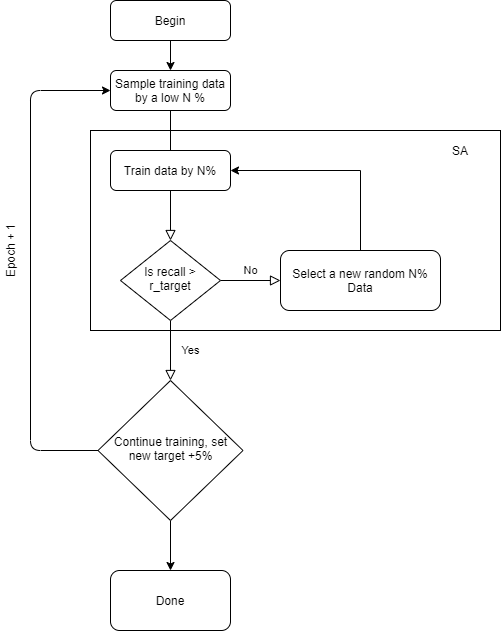
Before: workflow.png, a diagram exported from draw.io (jpulidojr/3DCE_new). Source tidied: cells renumbered, new cells last; positions are measured from the earlier drawing's top-left corner, leaving out a move shared by most shapes. The source it was exported from:
```xml
<mxGraphModel>
  <root>
    <mxCell id="0" />
    <mxCell id="1" parent="0" />
    <mxCell id="2" style="rounded=0;whiteSpace=wrap;html=1;" parent="1" vertex="1">
      <mxGeometry x="110" y="130" width="410" height="200" as="geometry" />
    </mxCell>
    <mxCell id="3" style="rounded=0;html=1;jettySize=auto;fontSize=11;endArrow=block;endFill=0;endSize=8;strokeWidth=1;shadow=0;labelBackgroundColor=none;edgeStyle=orthogonalEdgeStyle;" parent="1" edge="1" source="4" target="7">
      <mxGeometry relative="1" as="geometry" />
    </mxCell>
    <mxCell id="4" value="Sample training data by a low N %" style="rounded=1;whiteSpace=wrap;html=1;fontSize=12;glass=0;strokeWidth=1;shadow=0;" parent="1" vertex="1">
      <mxGeometry x="130" y="70" width="120" height="40" as="geometry" />
    </mxCell>
    <mxCell id="5" value="Yes" style="rounded=0;html=1;jettySize=auto;fontSize=11;endArrow=block;endFill=0;endSize=8;strokeWidth=1;shadow=0;labelBackgroundColor=none;edgeStyle=orthogonalEdgeStyle;" parent="1" edge="1" source="7" target="11">
      <mxGeometry y="20" relative="1" as="geometry" />
    </mxCell>
    <mxCell id="6" value="No" style="edgeStyle=orthogonalEdgeStyle;rounded=0;html=1;jettySize=auto;fontSize=11;endArrow=block;endFill=0;endSize=8;strokeWidth=1;shadow=0;labelBackgroundColor=none;" parent="1" edge="1" source="7" target="9">
      <mxGeometry y="10" relative="1" as="geometry" />
    </mxCell>
    <mxCell id="7" value="Is recall &amp;gt; r_target" style="rhombus;whiteSpace=wrap;html=1;shadow=0;fontFamily=Helvetica;fontSize=12;align=center;strokeWidth=1;spacing=6;spacingTop=-4;" parent="1" vertex="1">
      <mxGeometry x="140" y="240" width="100" height="80" as="geometry" />
    </mxCell>
    <mxCell id="8" style="edgeStyle=orthogonalEdgeStyle;rounded=0;jettySize=auto;html=1;entryX=1;entryY=0.5;entryDx=0;entryDy=0;" parent="1" edge="1" source="9" target="14">
      <mxGeometry relative="1" as="geometry">
        <Array as="points">
          <mxPoint x="380" y="170" />
        </Array>
      </mxGeometry>
    </mxCell>
    <mxCell id="9" value="Select a new random N% Data" style="rounded=1;whiteSpace=wrap;html=1;fontSize=12;glass=0;strokeWidth=1;shadow=0;" parent="1" vertex="1">
      <mxGeometry x="300" y="250" width="160" height="60" as="geometry" />
    </mxCell>
    <mxCell id="10" style="edgeStyle=orthogonalEdgeStyle;rounded=0;jettySize=auto;html=1;" parent="1" edge="1" source="11" target="17">
      <mxGeometry relative="1" as="geometry" />
    </mxCell>
    <mxCell id="11" value="Continue training, set new target +5%" style="rhombus;whiteSpace=wrap;html=1;shadow=0;fontFamily=Helvetica;fontSize=12;align=center;strokeWidth=1;spacing=6;spacingTop=-4;" parent="1" vertex="1">
      <mxGeometry x="117.5" y="380" width="145" height="140" as="geometry" />
    </mxCell>
    <mxCell id="12" style="edgeStyle=orthogonalEdgeStyle;rounded=0;jettySize=auto;html=1;exitX=0.5;exitY=1;exitDx=0;exitDy=0;entryX=0.5;entryY=0;entryDx=0;entryDy=0;" parent="1" edge="1" source="13" target="4">
      <mxGeometry relative="1" as="geometry" />
    </mxCell>
    <mxCell id="13" value="Begin" style="rounded=1;whiteSpace=wrap;html=1;" parent="1" vertex="1">
      <mxGeometry x="130" width="120" height="40" as="geometry" />
    </mxCell>
    <mxCell id="14" value="Train data by N%" style="rounded=1;whiteSpace=wrap;html=1;fontSize=12;glass=0;strokeWidth=1;shadow=0;" parent="1" vertex="1">
      <mxGeometry x="130" y="150" width="120" height="40" as="geometry" />
    </mxCell>
    <mxCell id="15" value="SA" style="text;html=1;strokeColor=none;fillColor=none;align=center;verticalAlign=middle;whiteSpace=wrap;rounded=0;" parent="1" vertex="1">
      <mxGeometry x="460" y="140" width="40" height="20" as="geometry" />
    </mxCell>
    <mxCell id="16" style="endArrow=classic;html=1;exitX=0;exitY=0.5;exitDx=0;exitDy=0;entryX=0;entryY=0.5;entryDx=0;entryDy=0;" parent="1" edge="1" source="11" target="4">
      <mxGeometry relative="1" as="geometry">
        <Array as="points">
          <mxPoint x="50" y="450" />
          <mxPoint x="50" y="90" />
        </Array>
      </mxGeometry>
    </mxCell>
    <mxCell id="17" value="Done" style="rounded=1;whiteSpace=wrap;html=1;" parent="1" vertex="1">
      <mxGeometry x="130" y="570" width="120" height="60" as="geometry" />
    </mxCell>
    <mxCell id="18" value="Epoch + 1" style="text;html=1;strokeColor=none;fillColor=none;align=center;verticalAlign=middle;whiteSpace=wrap;rounded=0;rotation=-90;" parent="1" vertex="1">
      <mxGeometry y="240" width="60" height="20" as="geometry" />
    </mxCell>
  </root>
</mxGraphModel>
```
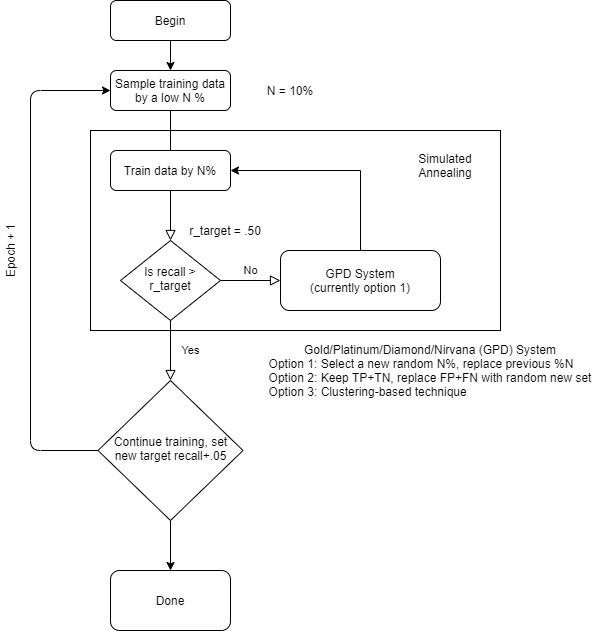
After the commit.

The edit, as a diff of the source:
```diff
@@ -27,13 +27,13 @@
         </Array>
       </mxGeometry>
     </mxCell>
-    <mxCell id="9" value="Select a new random N% Data" style="rounded=1;whiteSpace=wrap;html=1;fontSize=12;glass=0;strokeWidth=1;shadow=0;" parent="1" vertex="1">
+    <mxCell id="9" value="GPD System&lt;br&gt;(currently option 1)" style="rounded=1;whiteSpace=wrap;html=1;fontSize=12;glass=0;strokeWidth=1;shadow=0;" parent="1" vertex="1">
       <mxGeometry x="300" y="250" width="160" height="60" as="geometry" />
     </mxCell>
     <mxCell id="10" style="edgeStyle=orthogonalEdgeStyle;rounded=0;jettySize=auto;html=1;" parent="1" edge="1" source="11" target="17">
       <mxGeometry relative="1" as="geometry" />
     </mxCell>
-    <mxCell id="11" value="Continue training, set new target +5%" style="rhombus;whiteSpace=wrap;html=1;shadow=0;fontFamily=Helvetica;fontSize=12;align=center;strokeWidth=1;spacing=6;spacingTop=-4;" parent="1" vertex="1">
+    <mxCell id="11" value="Continue training, set new target recall+.05" style="rhombus;whiteSpace=wrap;html=1;shadow=0;fontFamily=Helvetica;fontSize=12;align=center;strokeWidth=1;spacing=6;spacingTop=-4;" parent="1" vertex="1">
       <mxGeometry x="117.5" y="380" width="145" height="140" as="geometry" />
     </mxCell>
     <mxCell id="12" style="edgeStyle=orthogonalEdgeStyle;rounded=0;jettySize=auto;html=1;exitX=0.5;exitY=1;exitDx=0;exitDy=0;entryX=0.5;entryY=0;entryDx=0;entryDy=0;" parent="1" edge="1" source="13" target="4">
@@ -45,8 +45,8 @@
     <mxCell id="14" value="Train data by N%" style="rounded=1;whiteSpace=wrap;html=1;fontSize=12;glass=0;strokeWidth=1;shadow=0;" parent="1" vertex="1">
       <mxGeometry x="130" y="150" width="120" height="40" as="geometry" />
     </mxCell>
-    <mxCell id="15" value="SA" style="text;html=1;strokeColor=none;fillColor=none;align=center;verticalAlign=middle;whiteSpace=wrap;rounded=0;" parent="1" vertex="1">
-      <mxGeometry x="460" y="140" width="40" height="20" as="geometry" />
+    <mxCell id="15" value="Simulated Annealing" style="text;html=1;strokeColor=none;fillColor=none;align=center;verticalAlign=middle;whiteSpace=wrap;rounded=0;" parent="1" vertex="1">
+      <mxGeometry x="420" y="140" width="90" height="50" as="geometry" />
     </mxCell>
     <mxCell id="16" style="endArrow=classic;html=1;exitX=0;exitY=0.5;exitDx=0;exitDy=0;entryX=0;entryY=0.5;entryDx=0;entryDy=0;" parent="1" edge="1" source="11" target="4">
       <mxGeometry relative="1" as="geometry">
@@ -62,5 +62,14 @@
     <mxCell id="18" value="Epoch + 1" style="text;html=1;strokeColor=none;fillColor=none;align=center;verticalAlign=middle;whiteSpace=wrap;rounded=0;rotation=-90;" parent="1" vertex="1">
       <mxGeometry y="240" width="60" height="20" as="geometry" />
     </mxCell>
+    <mxCell id="19" value="N = 10%" style="text;html=1;strokeColor=none;fillColor=none;align=center;verticalAlign=middle;whiteSpace=wrap;rounded=0;" parent="1" vertex="1">
+      <mxGeometry x="250" y="80" width="120" height="20" as="geometry" />
+    </mxCell>
+    <mxCell id="20" value="r_target = .50" style="text;html=1;strokeColor=none;fillColor=none;align=center;verticalAlign=middle;whiteSpace=wrap;rounded=0;" parent="1" vertex="1">
+      <mxGeometry x="200" y="220" width="90" height="20" as="geometry" />
+    </mxCell>
+    <mxCell id="21" value="Gold/Platinum/Diamond/Nirvana (GPD) System&lt;br&gt;&lt;div style=&quot;text-align: left&quot;&gt;&lt;span&gt;Option 1: Select a new random N%, replace previous %N&lt;/span&gt;&lt;/div&gt;&lt;div style=&quot;text-align: left&quot;&gt;&lt;span&gt;Option 2: Keep TP+TN, replace FP+FN with random new set&lt;/span&gt;&lt;/div&gt;&lt;div style=&quot;text-align: left&quot;&gt;Option 3: Clustering-based technique&lt;/div&gt;" style="text;html=1;strokeColor=none;fillColor=none;align=center;verticalAlign=middle;whiteSpace=wrap;rounded=0;" parent="1" vertex="1">
+      <mxGeometry x="270" y="340" width="360" height="60" as="geometry" />
+    </mxCell>
   </root>
 </mxGraphModel>
```
